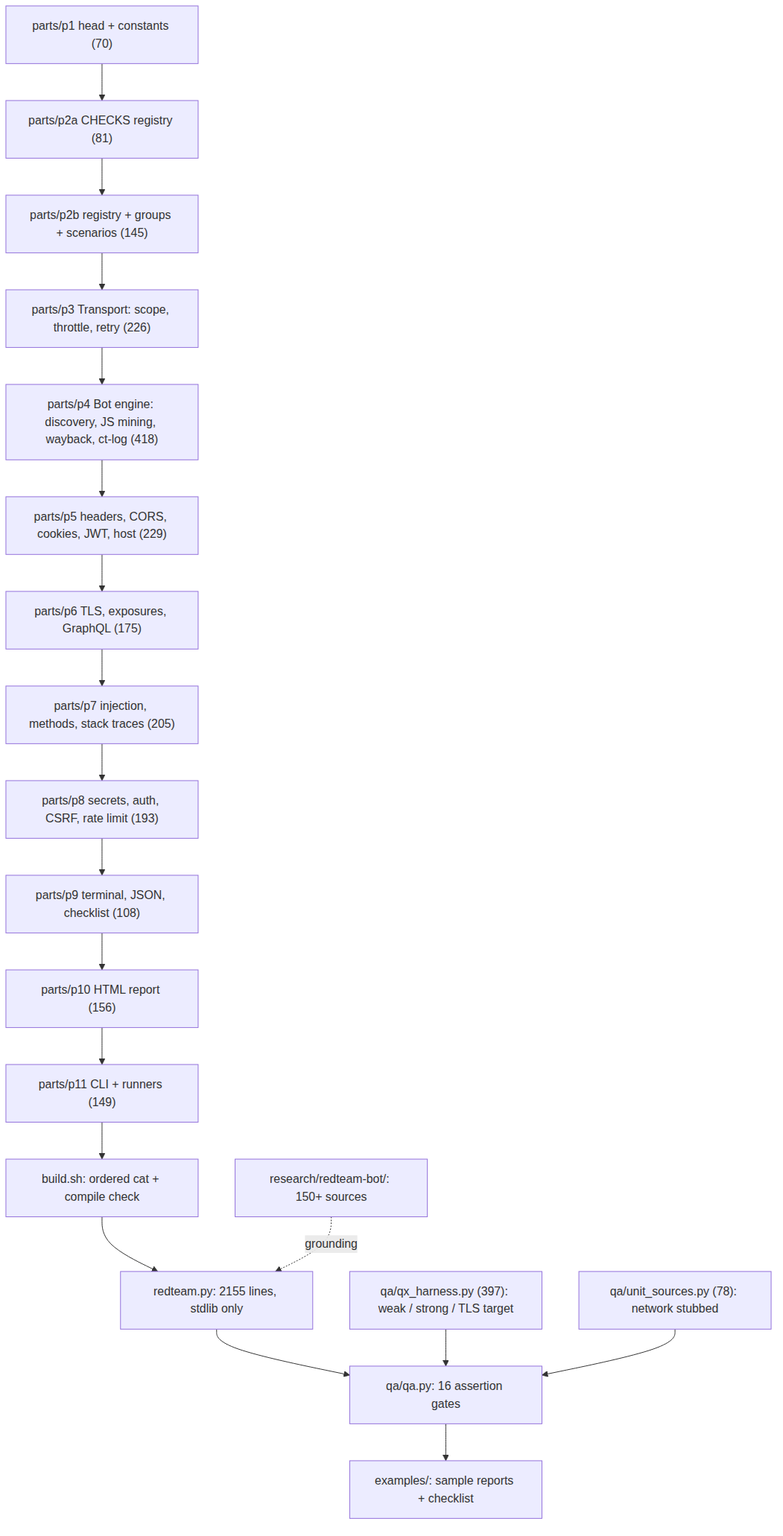
This is docs/diagrams/03-codebase.png from pixie-chan/redqueen, a Mermaid export, as it was before one commit. Its source is kept beside it as docs/diagrams/03-codebase.mmd.
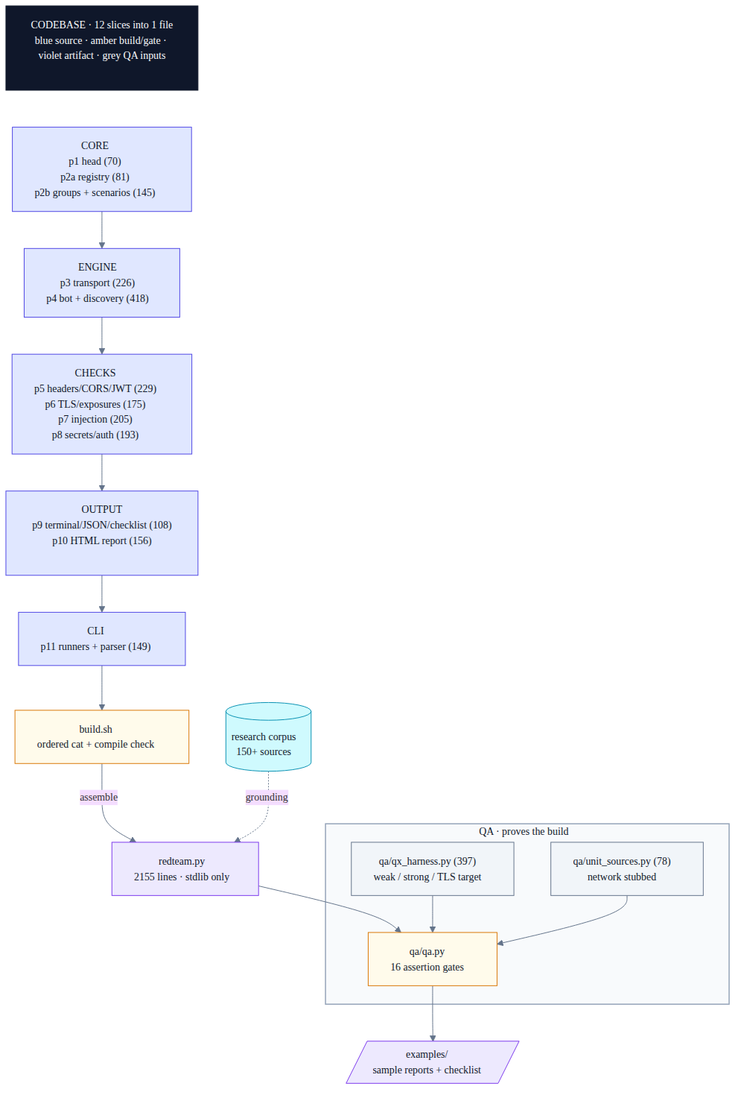
After the commit.

Diff of the diagram source:
```diff
@@ -1,19 +1,29 @@
+%%{init: {"theme":"base","themeVariables":{"fontFamily":"DejaVu Sans, Helvetica, sans-serif","fontSize":"14px","lineColor":"#64748b","clusterBkg":"#f8fafc","clusterBorder":"#cbd5e1"}}}%%
 flowchart TD
-    A1["parts/p1 head + constants (70)"] --> A2["parts/p2a CHECKS registry (81)"]
-    A2 --> A2b["parts/p2b registry + groups + scenarios (145)"]
-    A2b --> A3["parts/p3 Transport: scope, throttle, retry (226)"]
-    A3 --> A4["parts/p4 Bot engine: discovery, JS mining, wayback, ct-log (418)"]
-    A4 --> A5["parts/p5 headers, CORS, cookies, JWT, host (229)"]
-    A5 --> A6["parts/p6 TLS, exposures, GraphQL (175)"]
-    A6 --> A7["parts/p7 injection, methods, stack traces (205)"]
-    A7 --> A8["parts/p8 secrets, auth, CSRF, rate limit (193)"]
-    A8 --> A9["parts/p9 terminal, JSON, checklist (108)"]
-    A9 --> A10["parts/p10 HTML report (156)"]
-    A10 --> A11["parts/p11 CLI + runners (149)"]
-    A11 --> BS["build.sh: ordered cat + compile check"]
-    BS --> RT["redteam.py: 2155 lines, stdlib only"]
-    RT --> Q["qa/qa.py: 16 assertion gates"]
-    H["qa/qx_harness.py (397): weak / strong / TLS target"] --> Q
-    U["qa/unit_sources.py (78): network stubbed"] --> Q
-    Q --> EX["examples/: sample reports + checklist"]
-    RES["research/redteam-bot/: 150+ sources"] -. grounding .-> RT
+    T["CODEBASE · 12 slices into 1 file<br/>blue source · amber build/gate · violet artifact · grey QA inputs"]:::title ~~~ C1["CORE<br/>p1 head (70)<br/>p2a registry (81)<br/>p2b groups + scenarios (145)"]:::engine
+    C1 --> C2["ENGINE<br/>p3 transport (226)<br/>p4 bot + discovery (418)"]:::engine
+    C2 --> C3["CHECKS<br/>p5 headers/CORS/JWT (229)<br/>p6 TLS/exposures (175)<br/>p7 injection (205)<br/>p8 secrets/auth (193)"]:::engine
+    C3 --> C4["OUTPUT<br/>p9 terminal/JSON/checklist (108)<br/>p10 HTML report (156)"]:::engine
+    C4 --> C5["CLI<br/>p11 runners + parser (149)"]:::engine
+    C5 --> BS["build.sh<br/>ordered cat + compile check"]:::gate
+    BS -->|assemble| RT["redteam.py<br/>2155 lines · stdlib only"]:::out
+    RT --> Q["qa/qa.py<br/>16 assertion gates"]:::gate
+    subgraph QA_BOX["QA · proves the build"]
+        H["qa/qx_harness.py (397)<br/>weak / strong / TLS target"]:::neutral --> Q
+        U["qa/unit_sources.py (78)<br/>network stubbed"]:::neutral --> Q
+    end
+    Q --> EX[/"examples/<br/>sample reports + checklist"/]:::out
+    RES[("research corpus<br/>150+ sources")]:::ext -.->|grounding| RT
+    style QA_BOX fill:#f8fafc,stroke:#94a3b8,color:#0f172a,stroke-width:1.5px
+
+    classDef title fill:#0f172a,stroke:#0f172a,color:#f8fafc
+    classDef cli fill:#e0f2fe,stroke:#0284c7,color:#0f172a
+    classDef engine fill:#e0e7ff,stroke:#4f46e5,color:#0f172a
+    classDef gate fill:#fffbeb,stroke:#d97706,color:#0f172a
+    classDef good fill:#dcfce7,stroke:#059669,color:#0f172a
+    classDef bad fill:#ffe4e6,stroke:#e11d48,color:#0f172a
+    classDef warn fill:#ffedd5,stroke:#ea580c,color:#0f172a
+    classDef out fill:#ede9fe,stroke:#7c3aed,color:#0f172a
+    classDef neutral fill:#f1f5f9,stroke:#64748b,color:#0f172a
+    classDef ext fill:#cffafe,stroke:#0891b2,color:#0f172a
+    classDef forbidden fill:#ffe4e6,stroke:#e11d48,color:#0f172a,stroke-dasharray:6 4
```
